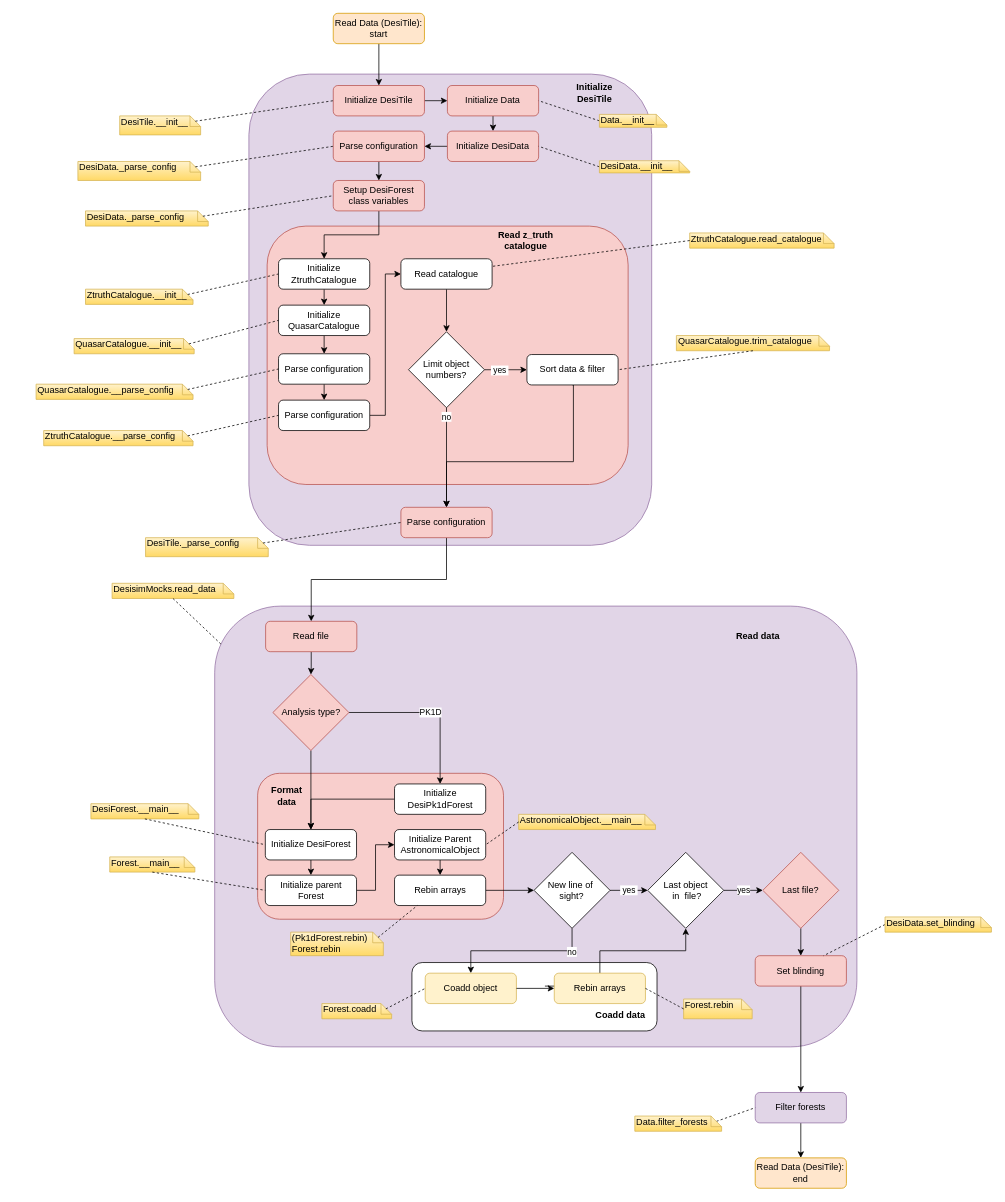
Above: page "Read Data (DesiTile)" (6 of 8) of py/picca/delta_extraction/docs/workflow/workflow.drawio in igmhub/picca (draw.io), before the change. Source tidied: cells renumbered, new cells numbered last; positions are measured from the earlier drawing's top-left corner, leaving out a move shared by most shapes. Both pictures are drawn from the tidied source at 76%, with x=0, y=0 at pixel (36, 13).
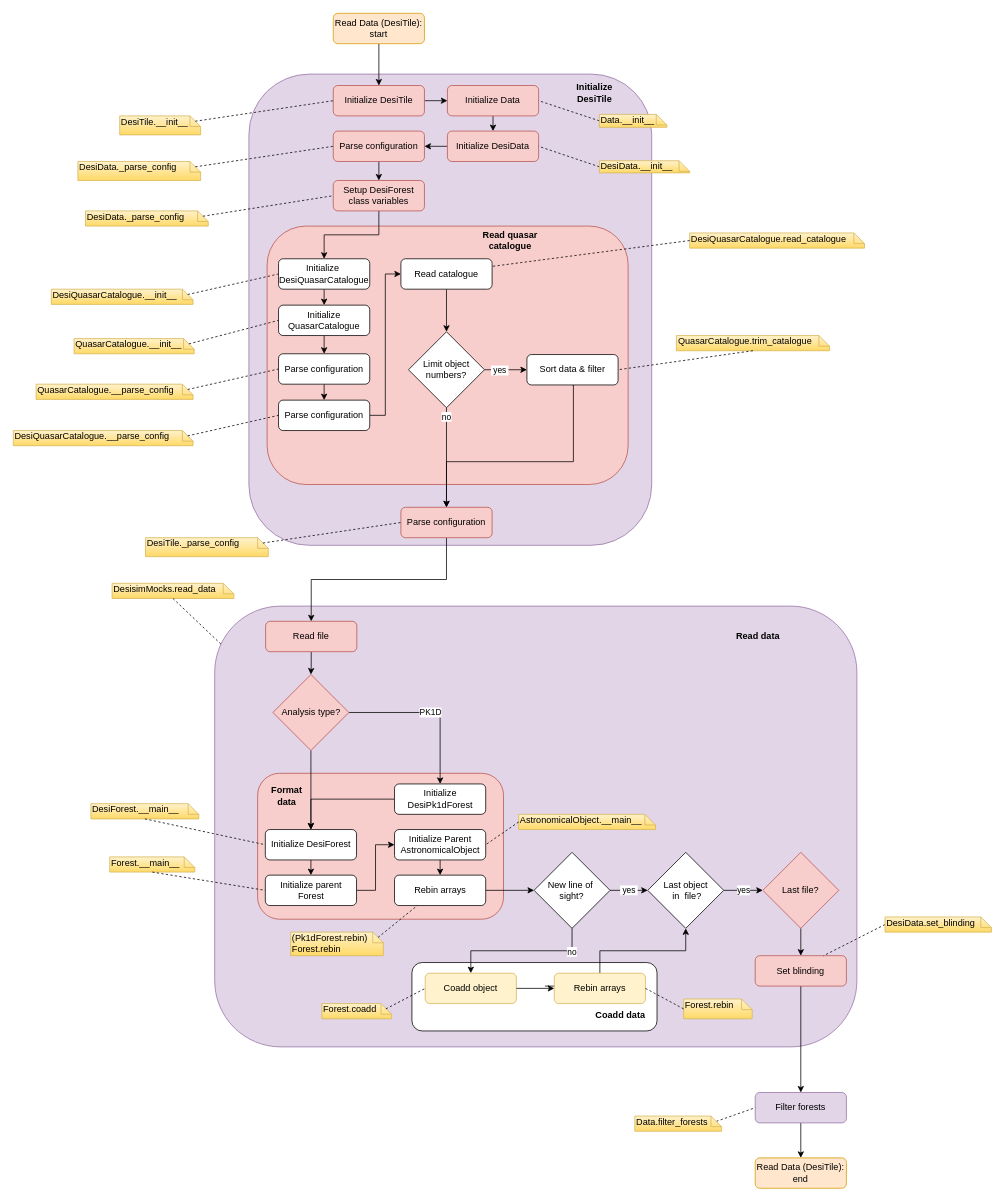
After the change.

Commit message (it also covers changes not shown here):
ZtruthCatalogue renamed to DesiQuasarCatalogue

The change refers to these unchanged cells:
```xml
<mxCell id="82" value="Parse configuration" style="rounded=1;whiteSpace=wrap;html=1;" parent="1" vertex="1">
  <mxGeometry x="319" y="509" width="120" height="40" as="geometry" />
</mxCell>
```

The edit, as a diff of the source:
```diff
@@
-    <mxCell id="15" value="ZtruthCatalogue.__init__" style="shape=note;whiteSpace=wrap;html=1;size=14;verticalAlign=top;align=left;spacingTop=-6;rounded=0;shadow=0;glass=0;comic=0;strokeColor=#d6b656;fillColor=#fff2cc;gradientColor=#ffd966;" parent="1" vertex="1">
-      <mxGeometry x="65" y="363" width="141.5" height="20" as="geometry" />
+    <mxCell id="15" value="DesiQuasarCatalogue.__init__" style="shape=note;whiteSpace=wrap;html=1;size=14;verticalAlign=top;align=left;spacingTop=-6;rounded=0;shadow=0;glass=0;comic=0;strokeColor=#d6b656;fillColor=#fff2cc;gradientColor=#ffd966;" parent="1" vertex="1">
+      <mxGeometry x="20" y="363" width="186.5" height="20" as="geometry" />
     </mxCell>
-    <mxCell id="16" style="endArrow=none;dashed=1;endFill=0;endSize=12;html=1;exitX=0;exitY=0;exitDx=134.5;exitDy=7;exitPerimeter=0;entryX=0;entryY=0.5;entryDx=0;entryDy=0;" parent="1" edge="1" source="15" target="19">
+    <mxCell id="16" style="endArrow=none;dashed=1;endFill=0;endSize=12;html=1;entryX=0;entryY=0.5;entryDx=0;entryDy=0;exitX=0;exitY=0;exitDx=179.5;exitDy=7;exitPerimeter=0;" parent="1" edge="1" source="15" target="19">
       <mxGeometry relative="1" as="geometry" />
     </mxCell>
@@
-    <mxCell id="19" value="Initialize ZtruthCatalogue" style="rounded=1;whiteSpace=wrap;html=1;" parent="1" vertex="1">
+    <mxCell id="19" value="Initialize&amp;nbsp;&lt;br&gt;&lt;span style=&quot;text-align: left&quot;&gt;DesiQuasarCatalogue&lt;/span&gt;" style="rounded=1;whiteSpace=wrap;html=1;" parent="1" vertex="1">
       <mxGeometry x="319" y="323" width="120" height="40" as="geometry" />
     </mxCell>
@@
-    <mxCell id="31" value="&lt;b&gt;Read z_truth catalogue&lt;/b&gt;" style="text;html=1;align=center;verticalAlign=middle;whiteSpace=wrap;rounded=0;" parent="1" vertex="1">
-      <mxGeometry x="602.5" y="289" width="82.5" height="20" as="geometry" />
-    </mxCell>
@@
-    <mxCell id="34" value="ZtruthCatalogue.read_catalogue" style="shape=note;whiteSpace=wrap;html=1;size=14;verticalAlign=top;align=left;spacingTop=-6;rounded=0;shadow=0;glass=0;comic=0;strokeColor=#d6b656;fillColor=#fff2cc;gradientColor=#ffd966;" parent="1" vertex="1">
-      <mxGeometry x="860" y="289" width="190" height="20" as="geometry" />
+    <mxCell id="34" value="DesiQuasarCatalogue.read_catalogue" style="shape=note;whiteSpace=wrap;html=1;size=14;verticalAlign=top;align=left;spacingTop=-6;rounded=0;shadow=0;glass=0;comic=0;strokeColor=#d6b656;fillColor=#fff2cc;gradientColor=#ffd966;" parent="1" vertex="1">
+      <mxGeometry x="860" y="289" width="230" height="20" as="geometry" />
     </mxCell>
@@
-    <mxCell id="83" value="ZtruthCatalogue.__parse_config" style="shape=note;whiteSpace=wrap;html=1;size=14;verticalAlign=top;align=left;spacingTop=-6;rounded=0;shadow=0;glass=0;comic=0;strokeColor=#d6b656;fillColor=#fff2cc;gradientColor=#ffd966;" parent="1" vertex="1">
-      <mxGeometry x="10" y="549" width="196.5" height="20" as="geometry" />
+    <mxCell id="83" value="DesiQuasarCatalogue.__parse_config" style="shape=note;whiteSpace=wrap;html=1;size=14;verticalAlign=top;align=left;spacingTop=-6;rounded=0;shadow=0;glass=0;comic=0;strokeColor=#d6b656;fillColor=#fff2cc;gradientColor=#ffd966;" parent="1" vertex="1">
+      <mxGeometry x="-30" y="549" width="236.5" height="20" as="geometry" />
     </mxCell>
-    <mxCell id="84" style="endArrow=none;dashed=1;endFill=0;endSize=12;html=1;entryX=0;entryY=0.5;entryDx=0;entryDy=0;exitX=0;exitY=0;exitDx=189.5;exitDy=7;exitPerimeter=0;" parent="1" edge="1" source="83" target="82">
+    <mxCell id="84" style="endArrow=none;dashed=1;endFill=0;endSize=12;html=1;entryX=0;entryY=0.5;entryDx=0;entryDy=0;exitX=0;exitY=0;exitDx=229.5;exitDy=7;exitPerimeter=0;" parent="1" edge="1" source="83" target="82">
       <mxGeometry relative="1" as="geometry" />
     </mxCell>
@@
+    <mxCell id="117" value="&lt;b&gt;Read quasar catalogue&lt;/b&gt;" style="text;html=1;align=center;verticalAlign=middle;whiteSpace=wrap;rounded=0;" parent="1" vertex="1">
+      <mxGeometry x="560" y="289" width="127.5" height="20" as="geometry" />
+    </mxCell>
```
